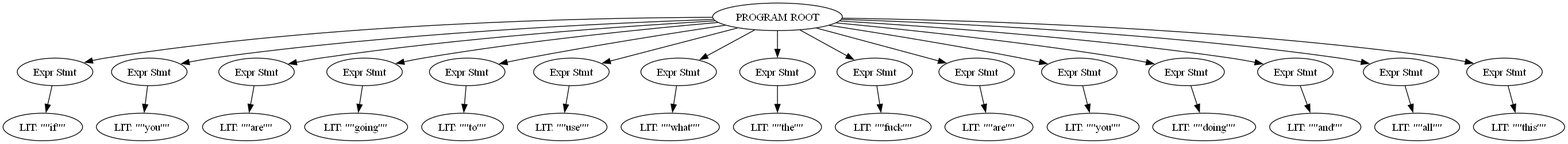
dawabeza/MY-LAGUAGE keeps this Graphviz diagram as ast.png. Above is the earlier version. Its source is kept beside it as ast.dot. Its diagram source:
```dot
digraph AST {
    rankdir=TB; // Top to Bottom layout
    N0 [label="PROGRAM ROOT"];
    N1 [label="Expr Stmt"];
    N0 -> N1 [label=""];
    N2 [label="LIT: \"\"if\"\""];
    N1 -> N2 [label=""];
    N3 [label="Expr Stmt"];
    N0 -> N3 [label=""];
    N4 [label="LIT: \"\"you\"\""];
    N3 -> N4 [label=""];
    N5 [label="Expr Stmt"];
    N0 -> N5 [label=""];
    N6 [label="LIT: \"\"are\"\""];
    N5 -> N6 [label=""];
    N7 [label="Expr Stmt"];
    N0 -> N7 [label=""];
    N8 [label="LIT: \"\"going\"\""];
    N7 -> N8 [label=""];
    N9 [label="Expr Stmt"];
    N0 -> N9 [label=""];
    N10 [label="LIT: \"\"to\"\""];
    N9 -> N10 [label=""];
    N11 [label="Expr Stmt"];
    N0 -> N11 [label=""];
    N12 [label="LIT: \"\"use\"\""];
    N11 -> N12 [label=""];
    N13 [label="Expr Stmt"];
    N0 -> N13 [label=""];
    N14 [label="LIT: \"\"what\"\""];
    N13 -> N14 [label=""];
    N15 [label="Expr Stmt"];
    N0 -> N15 [label=""];
    N16 [label="LIT: \"\"the\"\""];
    N15 -> N16 [label=""];
    N17 [label="Expr Stmt"];
    N0 -> N17 [label=""];
    N18 [label="LIT: \"\"fuck\"\""];
    N17 -> N18 [label=""];
    N19 [label="Expr Stmt"];
    N0 -> N19 [label=""];
    N20 [label="LIT: \"\"are\"\""];
    N19 -> N20 [label=""];
    N21 [label="Expr Stmt"];
    N0 -> N21 [label=""];
    N22 [label="LIT: \"\"you\"\""];
    N21 -> N22 [label=""];
    N23 [label="Expr Stmt"];
    N0 -> N23 [label=""];
    N24 [label="LIT: \"\"doing\"\""];
    N23 -> N24 [label=""];
    N25 [label="Expr Stmt"];
    N0 -> N25 [label=""];
    N26 [label="LIT: \"\"and\"\""];
    N25 -> N26 [label=""];
    N27 [label="Expr Stmt"];
    N0 -> N27 [label=""];
    N28 [label="LIT: \"\"all\"\""];
    N27 -> N28 [label=""];
    N29 [label="Expr Stmt"];
    N0 -> N29 [label=""];
    N30 [label="LIT: \"\"this\"\""];
    N29 -> N30 [label=""];
}
```
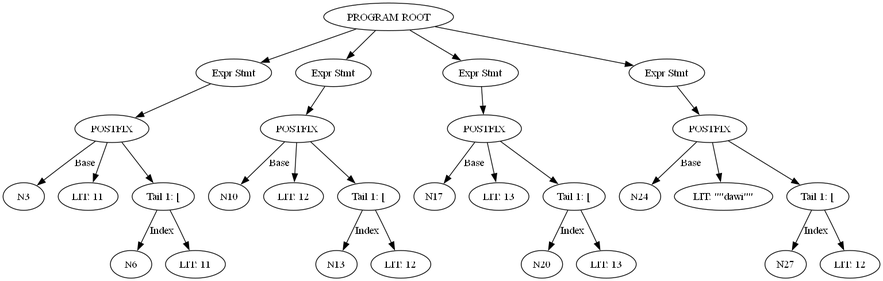
The same file after the commit.

Change to the diagram source:
```diff
@@ -3,62 +3,50 @@
     N0 [label="PROGRAM ROOT"];
     N1 [label="Expr Stmt"];
     N0 -> N1 [label=""];
-    N2 [label="LIT: \"\"if\"\""];
+    N2 [label="POSTFIX"];
     N1 -> N2 [label=""];
-    N3 [label="Expr Stmt"];
-    N0 -> N3 [label=""];
-    N4 [label="LIT: \"\"you\"\""];
-    N3 -> N4 [label=""];
-    N5 [label="Expr Stmt"];
-    N0 -> N5 [label=""];
-    N6 [label="LIT: \"\"are\"\""];
-    N5 -> N6 [label=""];
-    N7 [label="Expr Stmt"];
-    N0 -> N7 [label=""];
-    N8 [label="LIT: \"\"going\"\""];
-    N7 -> N8 [label=""];
-    N9 [label="Expr Stmt"];
-    N0 -> N9 [label=""];
-    N10 [label="LIT: \"\"to\"\""];
-    N9 -> N10 [label=""];
-    N11 [label="Expr Stmt"];
-    N0 -> N11 [label=""];
-    N12 [label="LIT: \"\"use\"\""];
-    N11 -> N12 [label=""];
-    N13 [label="Expr Stmt"];
-    N0 -> N13 [label=""];
-    N14 [label="LIT: \"\"what\"\""];
-    N13 -> N14 [label=""];
+    N2 -> N3 [label="Base"];
+    N4 [label="LIT: 11"];
+    N2 -> N4 [label=""];
+    N5 [label="Tail 1: ["];
+    N2 -> N5 [label=""];
+    N5 -> N6 [label="Index"];
+    N7 [label="LIT: 11"];
+    N5 -> N7 [label=""];
+    N8 [label="Expr Stmt"];
+    N0 -> N8 [label=""];
+    N9 [label="POSTFIX"];
+    N8 -> N9 [label=""];
+    N9 -> N10 [label="Base"];
+    N11 [label="LIT: 12"];
+    N9 -> N11 [label=""];
+    N12 [label="Tail 1: ["];
+    N9 -> N12 [label=""];
+    N12 -> N13 [label="Index"];
+    N14 [label="LIT: 12"];
+    N12 -> N14 [label=""];
     N15 [label="Expr Stmt"];
     N0 -> N15 [label=""];
-    N16 [label="LIT: \"\"the\"\""];
+    N16 [label="POSTFIX"];
     N15 -> N16 [label=""];
-    N17 [label="Expr Stmt"];
-    N0 -> N17 [label=""];
-    N18 [label="LIT: \"\"fuck\"\""];
-    N17 -> N18 [label=""];
-    N19 [label="Expr Stmt"];
-    N0 -> N19 [label=""];
-    N20 [label="LIT: \"\"are\"\""];
-    N19 -> N20 [label=""];
-    N21 [label="Expr Stmt"];
-    N0 -> N21 [label=""];
-    N22 [label="LIT: \"\"you\"\""];
-    N21 -> N22 [label=""];
-    N23 [label="Expr Stmt"];
-    N0 -> N23 [label=""];
-    N24 [label="LIT: \"\"doing\"\""];
-    N23 -> N24 [label=""];
-    N25 [label="Expr Stmt"];
-    N0 -> N25 [label=""];
-    N26 [label="LIT: \"\"and\"\""];
-    N25 -> N26 [label=""];
-    N27 [label="Expr Stmt"];
-    N0 -> N27 [label=""];
-    N28 [label="LIT: \"\"all\"\""];
-    N27 -> N28 [label=""];
-    N29 [label="Expr Stmt"];
-    N0 -> N29 [label=""];
-    N30 [label="LIT: \"\"this\"\""];
-    N29 -> N30 [label=""];
+    N16 -> N17 [label="Base"];
+    N18 [label="LIT: 13"];
+    N16 -> N18 [label=""];
+    N19 [label="Tail 1: ["];
+    N16 -> N19 [label=""];
+    N19 -> N20 [label="Index"];
+    N21 [label="LIT: 13"];
+    N19 -> N21 [label=""];
+    N22 [label="Expr Stmt"];
+    N0 -> N22 [label=""];
+    N23 [label="POSTFIX"];
+    N22 -> N23 [label=""];
+    N23 -> N24 [label="Base"];
+    N25 [label="LIT: \"\"dawi\"\""];
+    N23 -> N25 [label=""];
+    N26 [label="Tail 1: ["];
+    N23 -> N26 [label=""];
+    N26 -> N27 [label="Index"];
+    N28 [label="LIT: 12"];
+    N26 -> N28 [label=""];
 }
```
